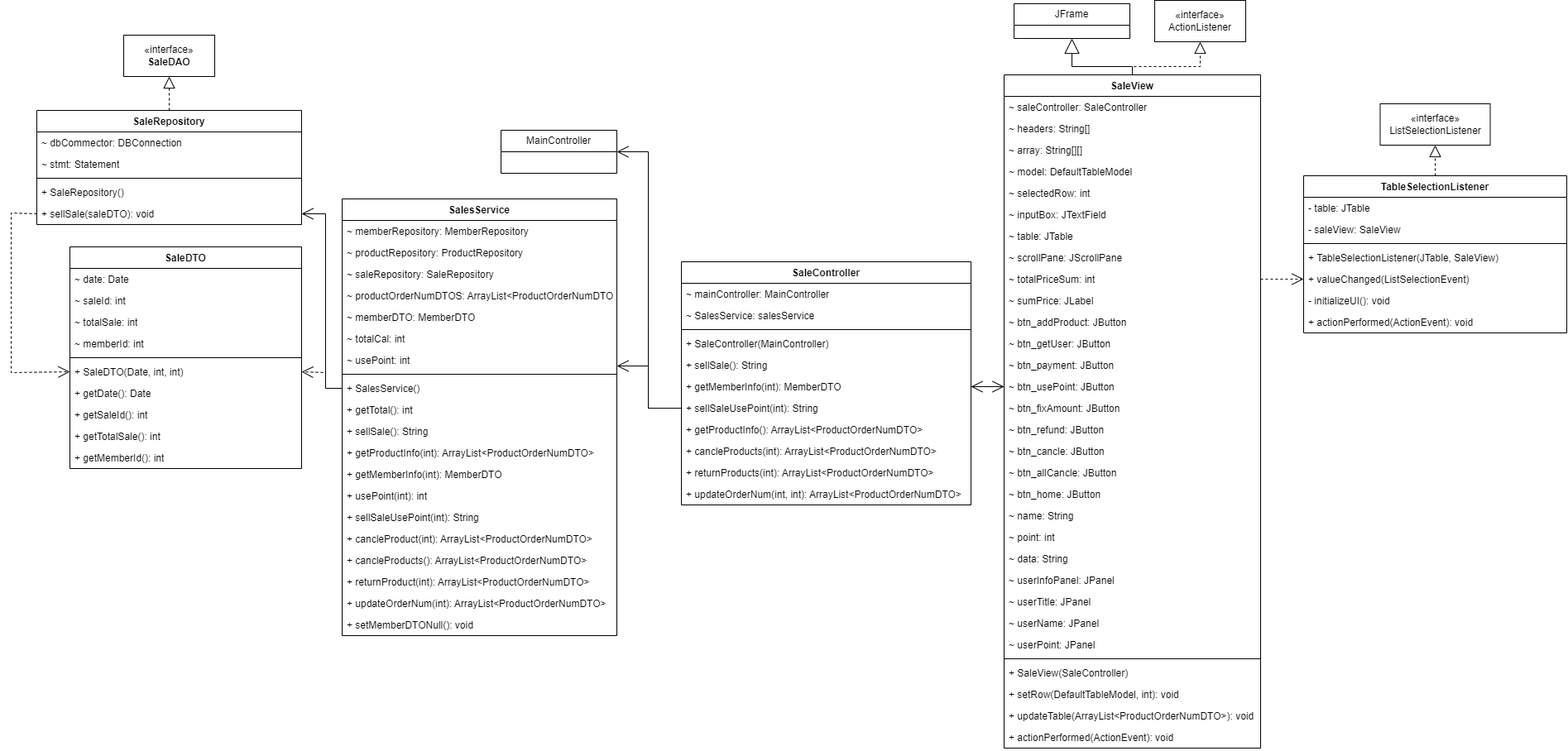
P-POS/PPOS keeps this draw.io diagram as diagram/Sale.drawio.png. Above is the earlier version. Source tidied: cells renumbered, new cells last; positions are measured from the earlier drawing's top-left corner, leaving out a move shared by most shapes.
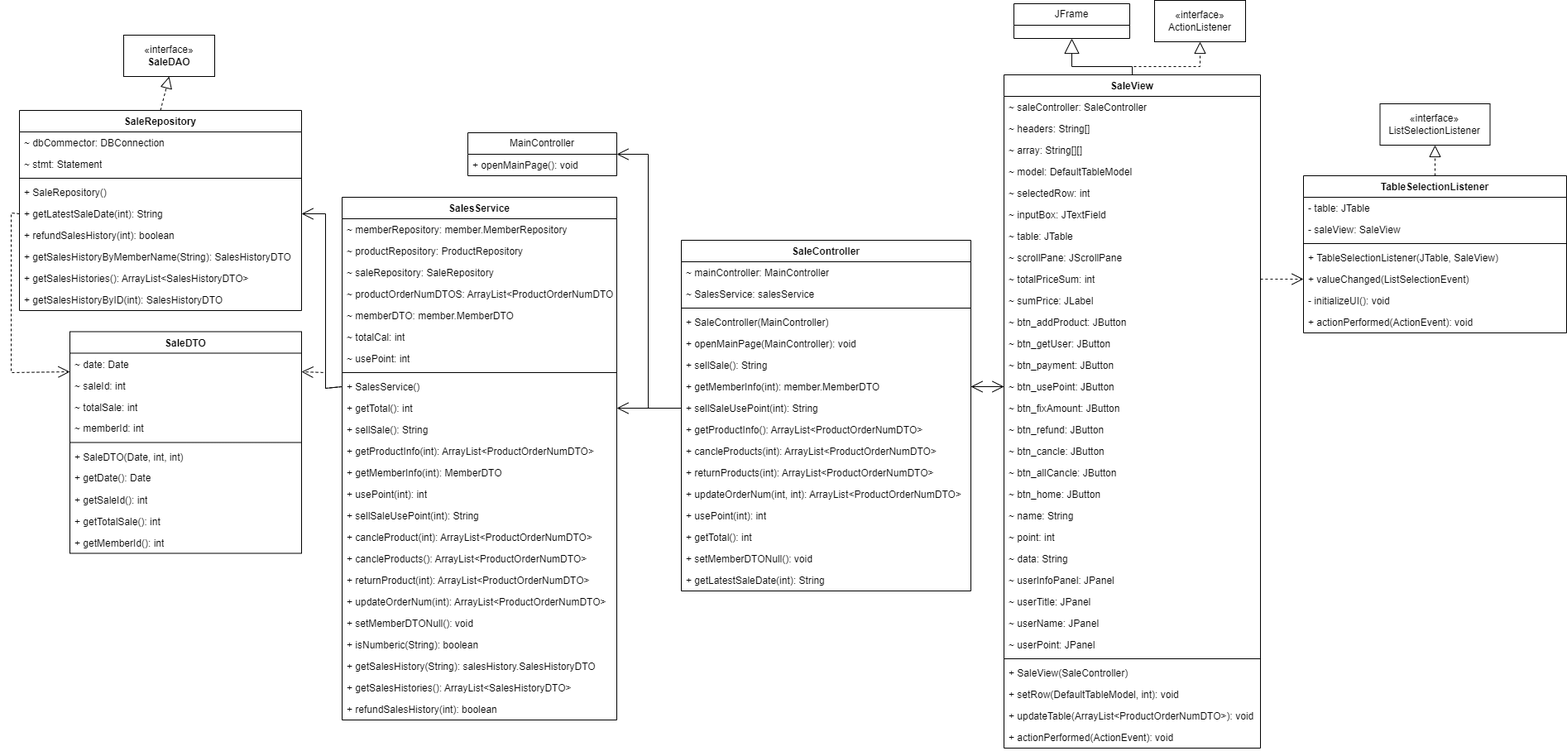
Later version of the same file.

Diff of the diagram source:
```diff
@@ -3,7 +3,7 @@
     <mxCell id="0" />
     <mxCell id="1" parent="0" />
     <mxCell id="2" value="&lt;span style=&quot;text-wrap: nowrap;&quot;&gt;SaleController&lt;/span&gt;" style="swimlane;fontStyle=1;align=center;verticalAlign=top;horizontal=1;startSize=26;whiteSpace=wrap;html=1;" parent="1" vertex="1">
-      <mxGeometry x="810" y="316" width="350" height="294" as="geometry" />
+      <mxGeometry x="810" y="290" width="350" height="424" as="geometry" />
     </mxCell>
     <mxCell id="3" value="&lt;span style=&quot;text-wrap: nowrap;&quot;&gt;~ mainController: MainController&lt;/span&gt;" style="text;strokeColor=none;fillColor=none;align=left;verticalAlign=top;spacingLeft=4;spacingRight=4;overflow=hidden;whiteSpace=wrap;html=1;" parent="2" vertex="1">
       <mxGeometry y="26" width="350" height="26" as="geometry" />
@@ -17,31 +17,46 @@
     <mxCell id="6" value="+ SaleController(MainController)" style="text;strokeColor=none;fillColor=none;align=left;verticalAlign=top;spacingLeft=4;spacingRight=4;overflow=hidden;whiteSpace=wrap;html=1;" parent="2" vertex="1">
       <mxGeometry y="86" width="350" height="26" as="geometry" />
     </mxCell>
+    <mxCell id="109" value="+ openMainPage(MainController):&amp;nbsp;void" style="text;strokeColor=none;fillColor=none;align=left;verticalAlign=top;spacingLeft=4;spacingRight=4;overflow=hidden;whiteSpace=wrap;html=1;" parent="2" vertex="1">
+      <mxGeometry y="112" width="350" height="26" as="geometry" />
+    </mxCell>
     <mxCell id="7" value="+ sellSale(): String" style="text;strokeColor=none;fillColor=none;align=left;verticalAlign=top;spacingLeft=4;spacingRight=4;overflow=hidden;whiteSpace=wrap;html=1;" parent="2" vertex="1">
-      <mxGeometry y="112" width="350" height="26" as="geometry" />
+      <mxGeometry y="138" width="350" height="26" as="geometry" />
     </mxCell>
-    <mxCell id="8" value="+ getMemberInfo(int): MemberDTO" style="text;strokeColor=none;fillColor=none;align=left;verticalAlign=top;spacingLeft=4;spacingRight=4;overflow=hidden;points=[[0,0.5],[1,0.5]];portConstraint=eastwest;whiteSpace=wrap;html=1;" parent="2" vertex="1">
-      <mxGeometry y="138" width="350" height="26" as="geometry" />
+    <mxCell id="8" value="+ getMemberInfo(int): member.MemberDTO" style="text;strokeColor=none;fillColor=none;align=left;verticalAlign=top;spacingLeft=4;spacingRight=4;overflow=hidden;points=[[0,0.5],[1,0.5]];portConstraint=eastwest;whiteSpace=wrap;html=1;" parent="2" vertex="1">
+      <mxGeometry y="164" width="350" height="26" as="geometry" />
     </mxCell>
     <mxCell id="9" value="+ sellSaleUsePoint(int): String" style="text;strokeColor=none;fillColor=none;align=left;verticalAlign=top;spacingLeft=4;spacingRight=4;overflow=hidden;points=[[0,0.5],[1,0.5]];portConstraint=eastwest;whiteSpace=wrap;html=1;" parent="2" vertex="1">
-      <mxGeometry y="164" width="350" height="26" as="geometry" />
+      <mxGeometry y="190" width="350" height="26" as="geometry" />
     </mxCell>
     <mxCell id="10" value="+ getProductInfo(): ArrayList&amp;lt;ProductOrderNumDTO&amp;gt;" style="text;strokeColor=none;fillColor=none;align=left;verticalAlign=top;spacingLeft=4;spacingRight=4;overflow=hidden;whiteSpace=wrap;html=1;" parent="2" vertex="1">
-      <mxGeometry y="190" width="350" height="26" as="geometry" />
+      <mxGeometry y="216" width="350" height="26" as="geometry" />
     </mxCell>
     <mxCell id="11" value="+ cancleProducts(int): ArrayList&amp;lt;ProductOrderNumDTO&amp;gt;" style="text;strokeColor=none;fillColor=none;align=left;verticalAlign=top;spacingLeft=4;spacingRight=4;overflow=hidden;whiteSpace=wrap;html=1;" parent="2" vertex="1">
-      <mxGeometry y="216" width="350" height="26" as="geometry" />
+      <mxGeometry y="242" width="350" height="26" as="geometry" />
     </mxCell>
     <mxCell id="12" value="+ returnProducts(int): ArrayList&amp;lt;ProductOrderNumDTO&amp;gt;" style="text;strokeColor=none;fillColor=none;align=left;verticalAlign=top;spacingLeft=4;spacingRight=4;overflow=hidden;whiteSpace=wrap;html=1;" parent="2" vertex="1">
-      <mxGeometry y="242" width="350" height="26" as="geometry" />
+      <mxGeometry y="268" width="350" height="26" as="geometry" />
     </mxCell>
     <mxCell id="13" value="+ updateOrderNum(int, int): ArrayList&amp;lt;ProductOrderNumDTO&amp;gt;" style="text;strokeColor=none;fillColor=none;align=left;verticalAlign=top;spacingLeft=4;spacingRight=4;overflow=hidden;whiteSpace=wrap;html=1;" parent="2" vertex="1">
-      <mxGeometry y="268" width="350" height="26" as="geometry" />
+      <mxGeometry y="294" width="350" height="26" as="geometry" />
     </mxCell>
+    <mxCell id="110" value="+ usePoint(int): int" style="text;strokeColor=none;fillColor=none;align=left;verticalAlign=top;spacingLeft=4;spacingRight=4;overflow=hidden;whiteSpace=wrap;html=1;" parent="2" vertex="1">
+      <mxGeometry y="320" width="350" height="26" as="geometry" />
+    </mxCell>
+    <mxCell id="111" value="+ getTotal(): int" style="text;strokeColor=none;fillColor=none;align=left;verticalAlign=top;spacingLeft=4;spacingRight=4;overflow=hidden;whiteSpace=wrap;html=1;" parent="2" vertex="1">
+      <mxGeometry y="346" width="350" height="26" as="geometry" />
+    </mxCell>
+    <mxCell id="112" value="+ setMemberDTONull(): void" style="text;strokeColor=none;fillColor=none;align=left;verticalAlign=top;spacingLeft=4;spacingRight=4;overflow=hidden;whiteSpace=wrap;html=1;" parent="2" vertex="1">
+      <mxGeometry y="372" width="350" height="26" as="geometry" />
+    </mxCell>
+    <mxCell id="113" value="+ getLatestSaleDate(int): String" style="text;strokeColor=none;fillColor=none;align=left;verticalAlign=top;spacingLeft=4;spacingRight=4;overflow=hidden;whiteSpace=wrap;html=1;" parent="2" vertex="1">
+      <mxGeometry y="398" width="350" height="26" as="geometry" />
+    </mxCell>
     <mxCell id="14" value="&lt;span style=&quot;text-wrap: nowrap;&quot;&gt;SalesService&lt;/span&gt;" style="swimlane;fontStyle=1;align=center;verticalAlign=top;horizontal=1;startSize=26;whiteSpace=wrap;html=1;" parent="1" vertex="1">
-      <mxGeometry x="400" y="240" width="332" height="528" as="geometry" />
+      <mxGeometry x="400" y="238" width="332" height="632" as="geometry" />
     </mxCell>
-    <mxCell id="15" value="&lt;span style=&quot;text-wrap: nowrap;&quot;&gt;~ memberRepository:&amp;nbsp;MemberRepository&lt;/span&gt;" style="text;strokeColor=none;fillColor=none;align=left;verticalAlign=top;spacingLeft=4;spacingRight=4;overflow=hidden;whiteSpace=wrap;html=1;" parent="14" vertex="1">
+    <mxCell id="15" value="&lt;span style=&quot;text-wrap: nowrap;&quot;&gt;~ memberRepository:&amp;nbsp;member.MemberRepository&lt;/span&gt;" style="text;strokeColor=none;fillColor=none;align=left;verticalAlign=top;spacingLeft=4;spacingRight=4;overflow=hidden;whiteSpace=wrap;html=1;" parent="14" vertex="1">
       <mxGeometry y="26" width="332" height="26" as="geometry" />
     </mxCell>
     <mxCell id="16" value="&lt;span style=&quot;text-wrap: nowrap;&quot;&gt;~ productRepository:&amp;nbsp;ProductRepository&lt;/span&gt;" style="text;strokeColor=none;fillColor=none;align=left;verticalAlign=top;spacingLeft=4;spacingRight=4;overflow=hidden;whiteSpace=wrap;html=1;" parent="14" vertex="1">
@@ -53,7 +68,7 @@
     <mxCell id="18" value="&lt;span style=&quot;text-wrap: nowrap;&quot;&gt;~ productOrderNumDTOS:&amp;nbsp;ArrayList&amp;lt;ProductOrderNumDTO&amp;gt;&lt;/span&gt;" style="text;strokeColor=none;fillColor=none;align=left;verticalAlign=top;spacingLeft=4;spacingRight=4;overflow=hidden;whiteSpace=wrap;html=1;" parent="14" vertex="1">
       <mxGeometry y="104" width="332" height="26" as="geometry" />
     </mxCell>
-    <mxCell id="19" value="&lt;span style=&quot;text-wrap: nowrap;&quot;&gt;~ memberDTO:&amp;nbsp;MemberDTO&lt;/span&gt;" style="text;strokeColor=none;fillColor=none;align=left;verticalAlign=top;spacingLeft=4;spacingRight=4;overflow=hidden;whiteSpace=wrap;html=1;" parent="14" vertex="1">
+    <mxCell id="19" value="&lt;span style=&quot;text-wrap: nowrap;&quot;&gt;~ memberDTO:&amp;nbsp;member.MemberDTO&lt;/span&gt;" style="text;strokeColor=none;fillColor=none;align=left;verticalAlign=top;spacingLeft=4;spacingRight=4;overflow=hidden;whiteSpace=wrap;html=1;" parent="14" vertex="1">
       <mxGeometry y="130" width="332" height="26" as="geometry" />
     </mxCell>
     <mxCell id="20" value="&lt;span style=&quot;text-wrap: nowrap;&quot;&gt;~ totalCal:&amp;nbsp;int&lt;/span&gt;" style="text;strokeColor=none;fillColor=none;align=left;verticalAlign=top;spacingLeft=4;spacingRight=4;overflow=hidden;whiteSpace=wrap;html=1;" parent="14" vertex="1">
@@ -101,6 +116,18 @@
     <mxCell id="34" value="+ setMemberDTONull(): void" style="text;strokeColor=none;fillColor=none;align=left;verticalAlign=top;spacingLeft=4;spacingRight=4;overflow=hidden;whiteSpace=wrap;html=1;" parent="14" vertex="1">
       <mxGeometry y="502" width="332" height="26" as="geometry" />
     </mxCell>
+    <mxCell id="114" value="+ isNumberic(String): boolean" style="text;strokeColor=none;fillColor=none;align=left;verticalAlign=top;spacingLeft=4;spacingRight=4;overflow=hidden;whiteSpace=wrap;html=1;" parent="14" vertex="1">
+      <mxGeometry y="528" width="332" height="26" as="geometry" />
+    </mxCell>
+    <mxCell id="115" value="+ getSalesHistory(String): salesHistory.SalesHistoryDTO" style="text;strokeColor=none;fillColor=none;align=left;verticalAlign=top;spacingLeft=4;spacingRight=4;overflow=hidden;whiteSpace=wrap;html=1;" parent="14" vertex="1">
+      <mxGeometry y="554" width="332" height="26" as="geometry" />
+    </mxCell>
+    <mxCell id="116" value="+ getSalesHistories(): ArrayList&amp;lt;SalesHistoryDTO&amp;gt;" style="text;strokeColor=none;fillColor=none;align=left;verticalAlign=top;spacingLeft=4;spacingRight=4;overflow=hidden;whiteSpace=wrap;html=1;" parent="14" vertex="1">
+      <mxGeometry y="580" width="332" height="26" as="geometry" />
+    </mxCell>
+    <mxCell id="117" value="+ refundSalesHistory(int): boolean" style="text;strokeColor=none;fillColor=none;align=left;verticalAlign=top;spacingLeft=4;spacingRight=4;overflow=hidden;whiteSpace=wrap;html=1;" parent="14" vertex="1">
+      <mxGeometry y="606" width="332" height="26" as="geometry" />
+    </mxCell>
     <mxCell id="35" value="&lt;span style=&quot;text-wrap: nowrap;&quot;&gt;SaleView&lt;/span&gt;" style="swimlane;fontStyle=1;align=center;verticalAlign=top;horizontal=1;startSize=26;whiteSpace=wrap;html=1;" parent="1" vertex="1">
       <mxGeometry x="1200" y="90" width="310" height="814" as="geometry" />
     </mxCell>
@@ -249,27 +276,16 @@
         </Array>
       </mxGeometry>
     </mxCell>
-    <mxCell id="81" value="MainController" style="swimlane;fontStyle=0;horizontal=1;startSize=26;fillColor=none;whiteSpace=wrap;html=1;" parent="1" vertex="1">
-      <mxGeometry x="592" y="157" width="140" height="52" as="geometry" />
-    </mxCell>
-    <mxCell id="82" style="endArrow=open;endFill=1;endSize=12;html=1;rounded=0;entryX=1;entryY=0.5;entryDx=0;entryDy=0;exitX=0;exitY=0.5;exitDx=0;exitDy=0;" parent="1" edge="1" source="9" target="81">
+    <mxCell id="82" style="endArrow=open;endFill=1;endSize=12;html=1;rounded=0;exitX=0;exitY=0.5;exitDx=0;exitDy=0;entryX=1;entryY=0.5;entryDx=0;entryDy=0;" parent="1" edge="1" source="9" target="81">
       <mxGeometry relative="1" as="geometry">
         <Array as="points">
           <mxPoint x="770" y="493" />
-          <mxPoint x="770" y="390" />
-          <mxPoint x="770" y="183" />
+          <mxPoint x="770" y="186" />
         </Array>
       </mxGeometry>
     </mxCell>
-    <mxCell id="83" style="endArrow=open;endFill=1;endSize=12;html=1;rounded=0;entryX=1;entryY=0.5;entryDx=0;entryDy=0;exitX=0;exitY=0.5;exitDx=0;exitDy=0;" parent="1" edge="1" source="9">
-      <mxGeometry relative="1" as="geometry">
-        <mxPoint x="732" y="442" as="targetPoint" />
-        <Array as="points">
-          <mxPoint x="770" y="493" />
-          <mxPoint x="770" y="390" />
-          <mxPoint x="770" y="442" />
-        </Array>
-      </mxGeometry>
+    <mxCell id="83" style="endArrow=open;endFill=1;endSize=12;html=1;rounded=0;entryX=1;entryY=0.5;entryDx=0;entryDy=0;exitX=0;exitY=0.5;exitDx=0;exitDy=0;" parent="1" edge="1" source="9" target="24">
+      <mxGeometry relative="1" as="geometry" />
     </mxCell>
     <mxCell id="84" style="endArrow=open;endFill=1;endSize=12;html=1;rounded=0;entryX=0;entryY=0.5;entryDx=0;entryDy=0;exitX=1;exitY=0.5;exitDx=0;exitDy=0;" parent="1" edge="1" source="8" target="49">
       <mxGeometry relative="1" as="geometry" />
@@ -278,23 +294,35 @@
       <mxGeometry x="136" y="42" width="110" height="50" as="geometry" />
     </mxCell>
     <mxCell id="86" value="&lt;span style=&quot;text-wrap: nowrap;&quot;&gt;SaleRepository&lt;/span&gt;" style="swimlane;fontStyle=1;align=center;verticalAlign=top;horizontal=1;startSize=26;whiteSpace=wrap;html=1;" parent="1" vertex="1">
-      <mxGeometry x="31" y="133" width="320" height="138" as="geometry" />
+      <mxGeometry x="10" y="133" width="341" height="242" as="geometry" />
     </mxCell>
     <mxCell id="87" value="&lt;span style=&quot;text-wrap: nowrap;&quot;&gt;~ dbCommector: DBConnection&lt;/span&gt;" style="text;strokeColor=none;fillColor=none;align=left;verticalAlign=top;spacingLeft=4;spacingRight=4;overflow=hidden;whiteSpace=wrap;html=1;" parent="86" vertex="1">
-      <mxGeometry y="26" width="320" height="26" as="geometry" />
+      <mxGeometry y="26" width="341" height="26" as="geometry" />
     </mxCell>
     <mxCell id="88" value="&lt;span style=&quot;text-wrap: nowrap;&quot;&gt;~ stmt: Statement&lt;/span&gt;" style="text;strokeColor=none;fillColor=none;align=left;verticalAlign=top;spacingLeft=4;spacingRight=4;overflow=hidden;whiteSpace=wrap;html=1;" parent="86" vertex="1">
-      <mxGeometry y="52" width="320" height="26" as="geometry" />
+      <mxGeometry y="52" width="341" height="26" as="geometry" />
     </mxCell>
     <mxCell id="89" style="line;strokeWidth=1;fillColor=none;align=left;verticalAlign=middle;spacingTop=-1;spacingLeft=3;spacingRight=3;labelPosition=right;strokeColor=inherit;" parent="86" vertex="1">
-      <mxGeometry y="78" width="320" height="8" as="geometry" />
+      <mxGeometry y="78" width="341" height="8" as="geometry" />
     </mxCell>
     <mxCell id="90" value="+ SaleRepository()" style="text;strokeColor=none;fillColor=none;align=left;verticalAlign=top;spacingLeft=4;spacingRight=4;overflow=hidden;whiteSpace=wrap;html=1;" parent="86" vertex="1">
-      <mxGeometry y="86" width="320" height="26" as="geometry" />
+      <mxGeometry y="86" width="341" height="26" as="geometry" />
     </mxCell>
-    <mxCell id="91" value="+ sellSale(saleDTO): void" style="text;strokeColor=none;fillColor=none;align=left;verticalAlign=top;spacingLeft=4;spacingRight=4;overflow=hidden;points=[[0,0.5],[1,0.5]];portConstraint=eastwest;whiteSpace=wrap;html=1;" parent="86" vertex="1">
-      <mxGeometry y="112" width="320" height="26" as="geometry" />
+    <mxCell id="91" value="+ getLatestSaleDate(int): String" style="text;strokeColor=none;fillColor=none;align=left;verticalAlign=top;spacingLeft=4;spacingRight=4;overflow=hidden;points=[[0,0.5],[1,0.5]];portConstraint=eastwest;whiteSpace=wrap;html=1;" parent="86" vertex="1">
+      <mxGeometry y="112" width="341" height="26" as="geometry" />
     </mxCell>
+    <mxCell id="118" value="+ refundSalesHistory(int): boolean" style="text;strokeColor=none;fillColor=none;align=left;verticalAlign=top;spacingLeft=4;spacingRight=4;overflow=hidden;whiteSpace=wrap;html=1;" parent="86" vertex="1">
+      <mxGeometry y="138" width="341" height="26" as="geometry" />
+    </mxCell>
+    <mxCell id="119" value="+ getSalesHistoryByMemberName(String): SalesHistoryDTO" style="text;strokeColor=none;fillColor=none;align=left;verticalAlign=top;spacingLeft=4;spacingRight=4;overflow=hidden;whiteSpace=wrap;html=1;" parent="86" vertex="1">
+      <mxGeometry y="164" width="341" height="26" as="geometry" />
+    </mxCell>
+    <mxCell id="120" value="+ getSalesHistories(): ArrayList&amp;lt;SalesHistoryDTO&amp;gt;" style="text;strokeColor=none;fillColor=none;align=left;verticalAlign=top;spacingLeft=4;spacingRight=4;overflow=hidden;whiteSpace=wrap;html=1;" parent="86" vertex="1">
+      <mxGeometry y="190" width="341" height="26" as="geometry" />
+    </mxCell>
+    <mxCell id="121" value="+ getSalesHistoryByID(int): SalesHistoryDTO" style="text;strokeColor=none;fillColor=none;align=left;verticalAlign=top;spacingLeft=4;spacingRight=4;overflow=hidden;whiteSpace=wrap;html=1;" parent="86" vertex="1">
+      <mxGeometry y="216" width="341" height="26" as="geometry" />
+    </mxCell>
     <mxCell id="92" style="endArrow=block;dashed=1;endFill=0;endSize=12;html=1;rounded=0;exitX=0.5;exitY=0;exitDx=0;exitDy=0;entryX=0.5;entryY=1;entryDx=0;entryDy=0;" parent="1" edge="1" source="86" target="85">
       <mxGeometry relative="1" as="geometry" />
     </mxCell>
@@ -313,7 +341,7 @@
       <mxGeometry relative="1" as="geometry" />
     </mxCell>
     <mxCell id="96" value="&lt;span style=&quot;text-wrap: nowrap;&quot;&gt;SaleDTO&lt;/span&gt;" style="swimlane;fontStyle=1;align=center;verticalAlign=top;horizontal=1;startSize=26;whiteSpace=wrap;html=1;" parent="1" vertex="1">
-      <mxGeometry x="71" y="298" width="280" height="268" as="geometry" />
+      <mxGeometry x="71" y="400.5" width="280" height="268" as="geometry" />
     </mxCell>
     <mxCell id="97" value="&lt;span style=&quot;text-wrap: nowrap;&quot;&gt;~ date:&amp;nbsp;Date&lt;/span&gt;" style="text;strokeColor=none;fillColor=none;align=left;verticalAlign=top;spacingLeft=4;spacingRight=4;overflow=hidden;whiteSpace=wrap;html=1;" parent="96" vertex="1">
       <mxGeometry y="26" width="280" height="26" as="geometry" />
@@ -363,5 +391,11 @@
         </Array>
       </mxGeometry>
     </mxCell>
+    <mxCell id="81" value="MainController" style="swimlane;fontStyle=0;horizontal=1;startSize=26;fillColor=none;whiteSpace=wrap;html=1;" parent="1" vertex="1">
+      <mxGeometry x="552" y="160" width="180" height="52" as="geometry" />
+    </mxCell>
+    <mxCell id="122" value="+ openMainPage(): void" style="text;strokeColor=none;fillColor=none;align=left;verticalAlign=top;spacingLeft=4;spacingRight=4;overflow=hidden;whiteSpace=wrap;html=1;" parent="81" vertex="1">
+      <mxGeometry y="26" width="180" height="26" as="geometry" />
+    </mxCell>
   </root>
 </mxGraphModel>
```
